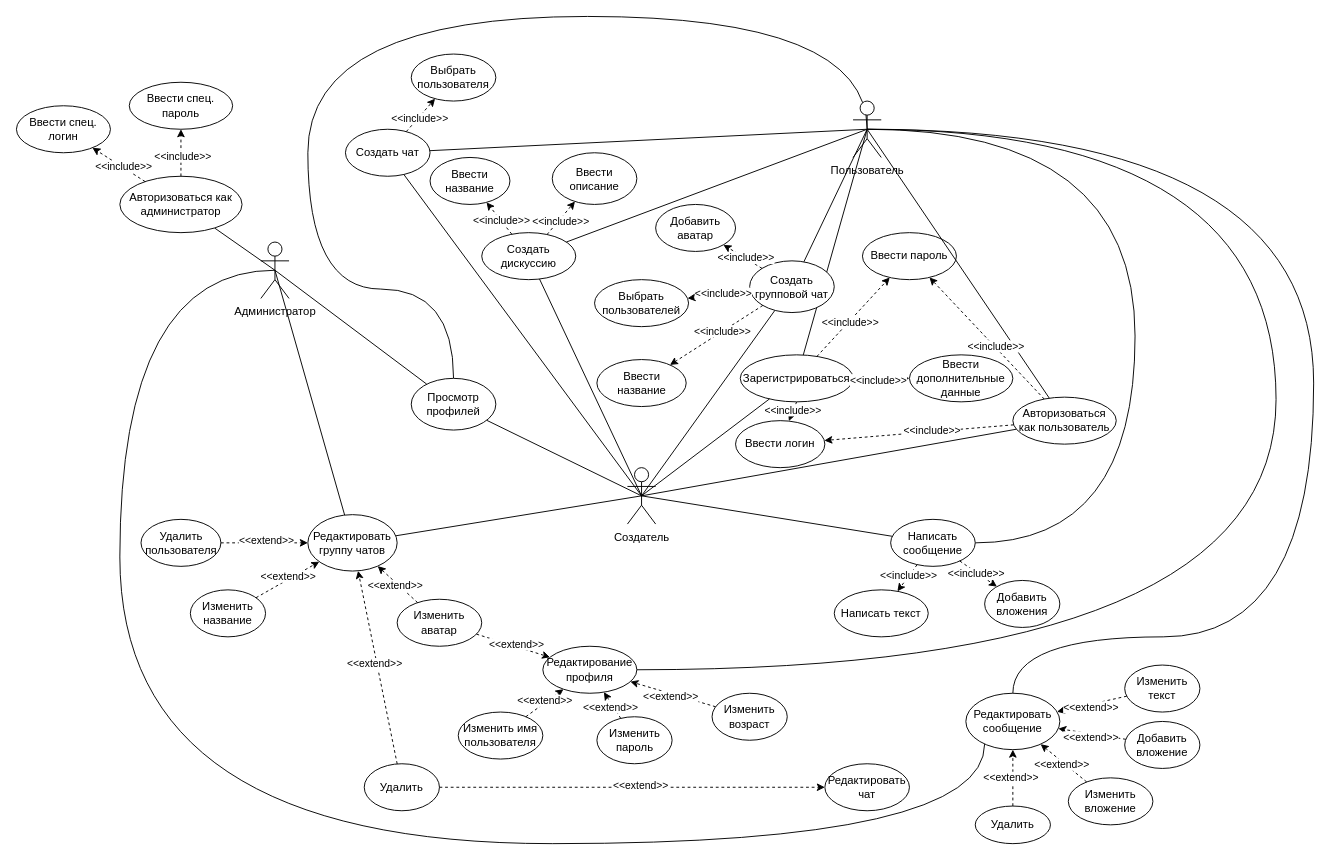
Earlier version of the draw.io diagram doc/use-case.drawio (FYNJYserty/BitBitForum). Source tidied: cells renumbered, new cells numbered last; positions are measured from the earlier drawing's top-left corner, leaving out a move shared by most shapes. Both pictures are drawn from the tidied source at 94%, with x=0, y=0 at pixel (16, 16).
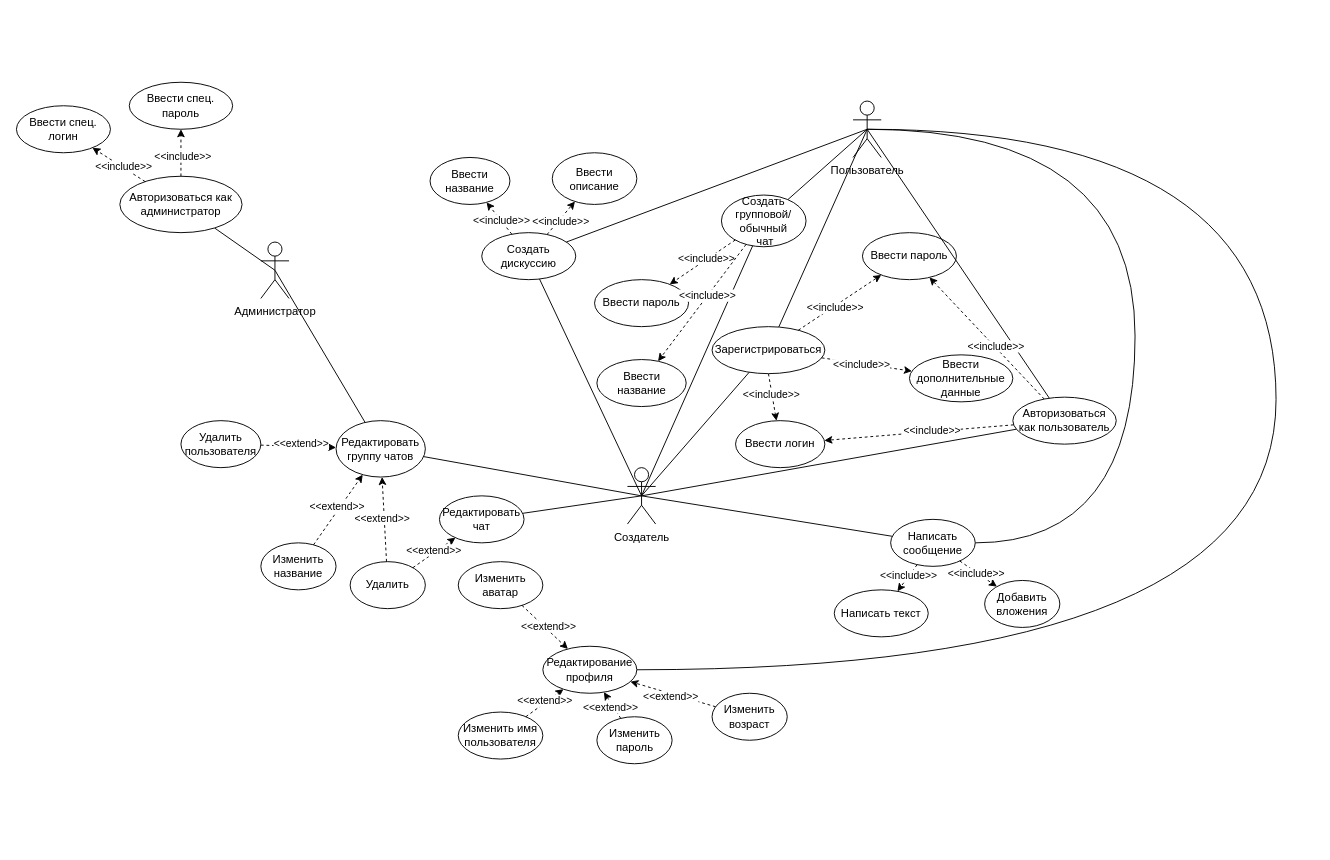
After the change.

The change refers to these unchanged cells:
```xml
<mxCell id="6" value="Администратор" style="shape=umlActor;verticalLabelPosition=bottom;verticalAlign=top;html=1;" parent="1" vertex="1">
  <mxGeometry x="260" y="240" width="30" height="60" as="geometry" />
</mxCell>
<mxCell id="13" value="Создатель" style="shape=umlActor;verticalLabelPosition=bottom;verticalAlign=top;html=1;" parent="1" vertex="1">
  <mxGeometry x="650" y="480" width="30" height="60" as="geometry" />
</mxCell>
<mxCell id="22" value="Пользователь" style="shape=umlActor;verticalLabelPosition=bottom;verticalAlign=top;html=1;" parent="1" vertex="1">
  <mxGeometry x="890" y="90" width="30" height="60" as="geometry" />
</mxCell>
```

Change to the diagram source:
```diff
@@
-    <mxCell id="4" style="edgeStyle=orthogonalEdgeStyle;rounded=0;jettySize=auto;html=1;exitX=0.5;exitY=0.5;exitDx=0;exitDy=0;exitPerimeter=0;endArrow=none;endFill=0;curved=1;" parent="1" edge="1" source="6" target="70">
-      <mxGeometry relative="1" as="geometry">
-        <Array as="points">
-          <mxPoint x="110" y="270" />
-          <mxPoint x="110" y="880" />
-          <mxPoint x="1030" y="880" />
-        </Array>
-      </mxGeometry>
-    </mxCell>
-    <mxCell id="5" style="rounded=0;jettySize=auto;html=1;exitX=0.5;exitY=0.5;exitDx=0;exitDy=0;exitPerimeter=0;endArrow=none;endFill=0;" parent="1" edge="1" source="6" target="110">
-      <mxGeometry relative="1" as="geometry" />
-    </mxCell>
@@
-    <mxCell id="9" style="rounded=0;jettySize=auto;html=1;exitX=0.5;exitY=0.5;exitDx=0;exitDy=0;exitPerimeter=0;endArrow=none;endFill=0;" parent="1" edge="1" source="13" target="41">
-      <mxGeometry relative="1" as="geometry" />
-    </mxCell>
@@
-    <mxCell id="11" style="rounded=0;jettySize=auto;html=1;exitX=0.5;exitY=0.5;exitDx=0;exitDy=0;exitPerimeter=0;endArrow=none;endFill=0;" parent="1" edge="1" source="13" target="110">
-      <mxGeometry relative="1" as="geometry" />
-    </mxCell>
@@
+    <mxCell id="118" style="rounded=0;jettySize=auto;html=1;exitX=0.5;exitY=0.5;exitDx=0;exitDy=0;exitPerimeter=0;elbow=vertical;endArrow=none;endFill=0;" parent="1" edge="1" source="13" target="72">
+      <mxGeometry relative="1" as="geometry" />
+    </mxCell>
@@
-    <mxCell id="16" style="rounded=0;jettySize=auto;html=1;exitX=0.5;exitY=0.5;exitDx=0;exitDy=0;exitPerimeter=0;endArrow=none;endFill=0;" parent="1" edge="1" source="22" target="41">
-      <mxGeometry relative="1" as="geometry" />
-    </mxCell>
@@
-    <mxCell id="18" style="edgeStyle=orthogonalEdgeStyle;rounded=0;jettySize=auto;html=1;exitX=0.5;exitY=0.5;exitDx=0;exitDy=0;exitPerimeter=0;endArrow=none;endFill=0;curved=1;" parent="1" edge="1" source="22" target="70">
-      <mxGeometry relative="1" as="geometry">
-        <Array as="points">
-          <mxPoint x="1380" y="120" />
-          <mxPoint x="1380" y="660" />
-          <mxPoint x="1060" y="660" />
-        </Array>
-      </mxGeometry>
-    </mxCell>
@@
-    <mxCell id="20" style="rounded=0;jettySize=auto;html=1;exitX=0.5;exitY=0.5;exitDx=0;exitDy=0;exitPerimeter=0;endArrow=none;endFill=0;edgeStyle=orthogonalEdgeStyle;curved=1;" parent="1" edge="1" source="22" target="110">
-      <mxGeometry relative="1" as="geometry">
-        <Array as="points">
-          <mxPoint x="905" />
-          <mxPoint x="310" />
-          <mxPoint x="310" y="290" />
-          <mxPoint x="465" y="290" />
-        </Array>
-      </mxGeometry>
-    </mxCell>
@@
     <mxCell id="25" value="Зарегистрироваться" style="ellipse;whiteSpace=wrap;html=1;" parent="1" vertex="1">
-      <mxGeometry x="770" y="360" width="120" height="50" as="geometry" />
+      <mxGeometry x="740" y="330" width="120" height="50" as="geometry" />
     </mxCell>
@@
-    <mxCell id="41" value="Создать чат" style="ellipse;whiteSpace=wrap;html=1;" parent="1" vertex="1">
-      <mxGeometry x="350" y="120" width="90" height="50" as="geometry" />
-    </mxCell>
@@
-    <mxCell id="43" value="Создать групповой чат" style="ellipse;whiteSpace=wrap;html=1;" parent="1" vertex="1">
-      <mxGeometry x="780" y="260" width="90" height="55" as="geometry" />
+    <mxCell id="43" value="Создать групповой/обычный&lt;div&gt;&amp;nbsp;чат&lt;/div&gt;" style="ellipse;whiteSpace=wrap;html=1;" parent="1" vertex="1">
+      <mxGeometry x="750" y="190" width="90" height="55" as="geometry" />
     </mxCell>
@@
-    <mxCell id="51" value="Выбрать пользователя" style="ellipse;whiteSpace=wrap;html=1;" parent="1" vertex="1">
-      <mxGeometry x="420" y="40" width="90" height="50" as="geometry" />
-    </mxCell>
-    <mxCell id="52" style="rounded=0;jettySize=auto;html=1;dashed=1;" parent="1" edge="1" source="41" target="51">
-      <mxGeometry relative="1" as="geometry" />
-    </mxCell>
-    <mxCell id="53" value="&amp;lt;&amp;lt;include&amp;gt;&amp;gt;" style="edgeLabel;html=1;align=center;verticalAlign=middle;" parent="52" vertex="1">
-      <mxGeometry x="-0.13" y="-1" relative="1" as="geometry" />
-    </mxCell>
@@
-    <mxCell id="60" value="Выбрать пользователей" style="ellipse;whiteSpace=wrap;html=1;" parent="1" vertex="1">
+    <mxCell id="60" value="Ввести пароль" style="ellipse;whiteSpace=wrap;html=1;" parent="1" vertex="1">
       <mxGeometry x="615" y="280" width="100" height="50" as="geometry" />
     </mxCell>
@@
-    <mxCell id="62" value="Добавить аватар" style="ellipse;whiteSpace=wrap;html=1;" parent="1" vertex="1">
-      <mxGeometry x="680" y="200" width="85" height="50" as="geometry" />
-    </mxCell>
-    <mxCell id="63" style="rounded=0;jettySize=auto;html=1;dashed=1;" parent="1" edge="1" source="43" target="62">
-      <mxGeometry relative="1" as="geometry" />
-    </mxCell>
-    <mxCell id="64" value="&amp;lt;&amp;lt;include&amp;gt;&amp;gt;" style="edgeLabel;html=1;align=center;verticalAlign=middle;" parent="63" vertex="1">
-      <mxGeometry x="-0.13" y="-1" relative="1" as="geometry" />
-    </mxCell>
@@
     <mxCell id="69" value="Редактировать группу чатов" style="ellipse;whiteSpace=wrap;html=1;" parent="1" vertex="1">
-      <mxGeometry x="310" y="530" width="95" height="60" as="geometry" />
+      <mxGeometry x="340" y="430" width="95" height="60" as="geometry" />
     </mxCell>
-    <mxCell id="70" value="Редактировать сообщение" style="ellipse;whiteSpace=wrap;html=1;" parent="1" vertex="1">
-      <mxGeometry x="1010" y="720" width="100" height="60" as="geometry" />
-    </mxCell>
@@
     <mxCell id="72" value="Редактировать чат" style="ellipse;whiteSpace=wrap;html=1;" parent="1" vertex="1">
-      <mxGeometry x="860" y="795" width="90" height="50" as="geometry" />
+      <mxGeometry x="450" y="510" width="90" height="50" as="geometry" />
     </mxCell>
     <mxCell id="73" value="Изменить аватар" style="ellipse;whiteSpace=wrap;html=1;" parent="1" vertex="1">
-      <mxGeometry x="405" y="620" width="90" height="50" as="geometry" />
+      <mxGeometry x="470" y="580" width="90" height="50" as="geometry" />
     </mxCell>
     <mxCell id="74" value="Изменить название" style="ellipse;whiteSpace=wrap;html=1;" parent="1" vertex="1">
-      <mxGeometry x="185" y="610" width="80" height="50" as="geometry" />
+      <mxGeometry x="260" y="560" width="80" height="50" as="geometry" />
     </mxCell>
     <mxCell id="75" value="Удалить" style="ellipse;whiteSpace=wrap;html=1;" parent="1" vertex="1">
-      <mxGeometry x="370" y="795" width="80" height="50" as="geometry" />
+      <mxGeometry x="355" y="580" width="80" height="50" as="geometry" />
     </mxCell>
     <mxCell id="76" value="Удалить пользователя" style="ellipse;whiteSpace=wrap;html=1;" parent="1" vertex="1">
-      <mxGeometry x="132.5" y="535" width="85" height="50" as="geometry" />
+      <mxGeometry x="175" y="430" width="85" height="50" as="geometry" />
     </mxCell>
@@
-    <mxCell id="81" style="endArrow=classic;html=1;rounded=0;dashed=1;" parent="1" edge="1" source="73" target="69">
-      <mxGeometry relative="1" as="geometry" />
-    </mxCell>
-    <mxCell id="82" value="&amp;lt;&amp;lt;extend&amp;gt;&amp;gt;" style="edgeLabel;html=1;align=center;verticalAlign=middle;" parent="81" vertex="1">
-      <mxGeometry x="0.04" y="3" relative="1" as="geometry" />
-    </mxCell>
@@
-    <mxCell id="85" value="Удалить" style="ellipse;whiteSpace=wrap;html=1;" parent="1" vertex="1">
-      <mxGeometry x="1020" y="840" width="80" height="40" as="geometry" />
-    </mxCell>
-    <mxCell id="86" value="Изменить текст" style="ellipse;whiteSpace=wrap;html=1;" parent="1" vertex="1">
-      <mxGeometry x="1179" y="690" width="80" height="50" as="geometry" />
-    </mxCell>
-    <mxCell id="87" value="Изменить вложение" style="ellipse;whiteSpace=wrap;html=1;" parent="1" vertex="1">
-      <mxGeometry x="1119" y="810" width="90" height="50" as="geometry" />
-    </mxCell>
-    <mxCell id="88" value="Добавить вложение" style="ellipse;whiteSpace=wrap;html=1;" parent="1" vertex="1">
-      <mxGeometry x="1179" y="750" width="80" height="50" as="geometry" />
-    </mxCell>
-    <mxCell id="89" style="endArrow=classic;html=1;rounded=0;dashed=1;" parent="1" edge="1" source="85" target="70">
-      <mxGeometry relative="1" as="geometry" />
-    </mxCell>
-    <mxCell id="90" value="&amp;lt;&amp;lt;extend&amp;gt;&amp;gt;" style="edgeLabel;html=1;align=center;verticalAlign=middle;" parent="89" vertex="1">
-      <mxGeometry x="0.04" y="3" relative="1" as="geometry" />
-    </mxCell>
-    <mxCell id="91" style="endArrow=classic;html=1;rounded=0;dashed=1;" parent="1" edge="1" source="87" target="70">
-      <mxGeometry relative="1" as="geometry" />
-    </mxCell>
-    <mxCell id="92" value="&amp;lt;&amp;lt;extend&amp;gt;&amp;gt;" style="edgeLabel;html=1;align=center;verticalAlign=middle;" parent="91" vertex="1">
-      <mxGeometry x="0.04" y="3" relative="1" as="geometry" />
-    </mxCell>
-    <mxCell id="93" style="endArrow=classic;html=1;rounded=0;dashed=1;" parent="1" edge="1" source="88" target="70">
-      <mxGeometry relative="1" as="geometry" />
-    </mxCell>
-    <mxCell id="94" value="&amp;lt;&amp;lt;extend&amp;gt;&amp;gt;" style="edgeLabel;html=1;align=center;verticalAlign=middle;" parent="93" vertex="1">
-      <mxGeometry x="0.04" y="3" relative="1" as="geometry" />
-    </mxCell>
-    <mxCell id="95" style="endArrow=classic;html=1;rounded=0;dashed=1;" parent="1" edge="1" source="86" target="70">
-      <mxGeometry relative="1" as="geometry" />
-    </mxCell>
-    <mxCell id="96" value="&amp;lt;&amp;lt;extend&amp;gt;&amp;gt;" style="edgeLabel;html=1;align=center;verticalAlign=middle;" parent="95" vertex="1">
-      <mxGeometry x="0.04" y="3" relative="1" as="geometry" />
-    </mxCell>
@@
-    <mxCell id="110" value="Просмотр профилей" style="ellipse;whiteSpace=wrap;html=1;" parent="1" vertex="1">
-      <mxGeometry x="420" y="385" width="90" height="55" as="geometry" />
-    </mxCell>
```
